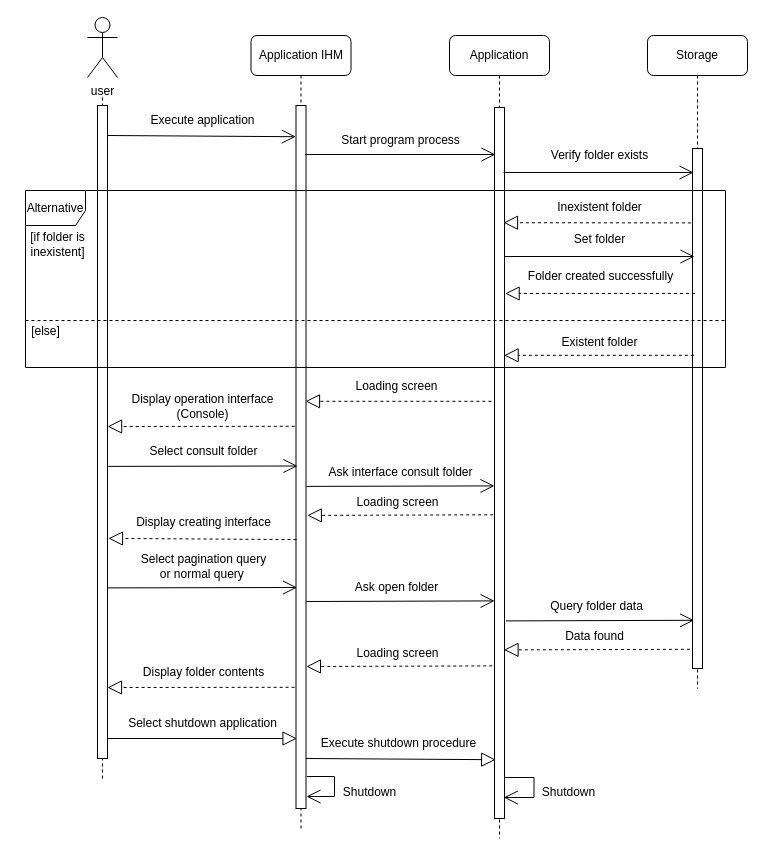
The draw.io diagram consult diagram.drawio in Weicheng178/UML, before the edit. Source tidied: cells renumbered, new cells numbered last; positions are measured from the earlier drawing's top-left corner, leaving out a move shared by most shapes. Both pictures are drawn from the tidied source at 100%, with x=0, y=0 at pixel (17, 17).
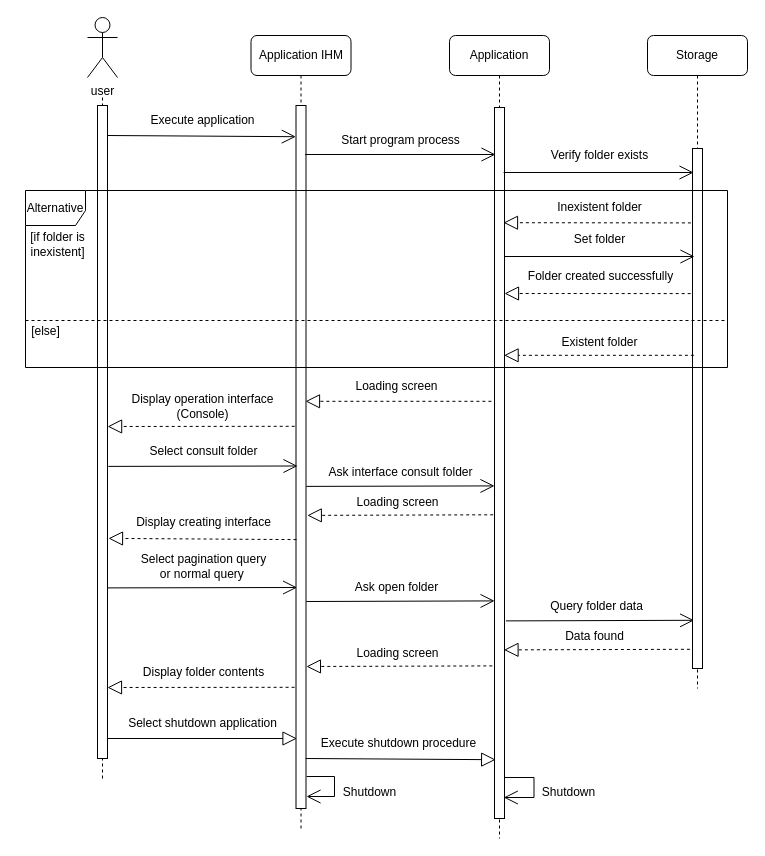
The same page after the edit.

What changed in the source:
```diff
@@
     <mxCell id="21" value="Alternative" style="shape=umlFrame;whiteSpace=wrap;html=1;width=60;height=35;" parent="1" vertex="1">
-      <mxGeometry x="8" y="173" width="700" height="177" as="geometry" />
+      <mxGeometry x="8" y="173" width="702" height="177" as="geometry" />
     </mxCell>
@@
-    <mxCell id="31" style="endArrow=block;dashed=1;endFill=0;endSize=12;html=1;rounded=1;targetPerimeterSpacing=-4;sourcePerimeterSpacing=3;" parent="1" edge="1">
+    <mxCell id="31" style="endArrow=block;dashed=1;endFill=0;endSize=12;html=1;rounded=1;targetPerimeterSpacing=-4;sourcePerimeterSpacing=4;jumpSize=7;exitX=0.12;exitY=0.279;exitDx=0;exitDy=0;exitPerimeter=0;" parent="1" edge="1">
       <mxGeometry relative="1" as="geometry">
-        <mxPoint x="677.4" y="276" as="sourcePoint" />
-        <mxPoint x="487.6" y="276" as="targetPoint" />
+        <mxPoint x="673.2" y="276.1" as="sourcePoint" />
+        <mxPoint x="487" y="276" as="targetPoint" />
       </mxGeometry>
     </mxCell>
```
